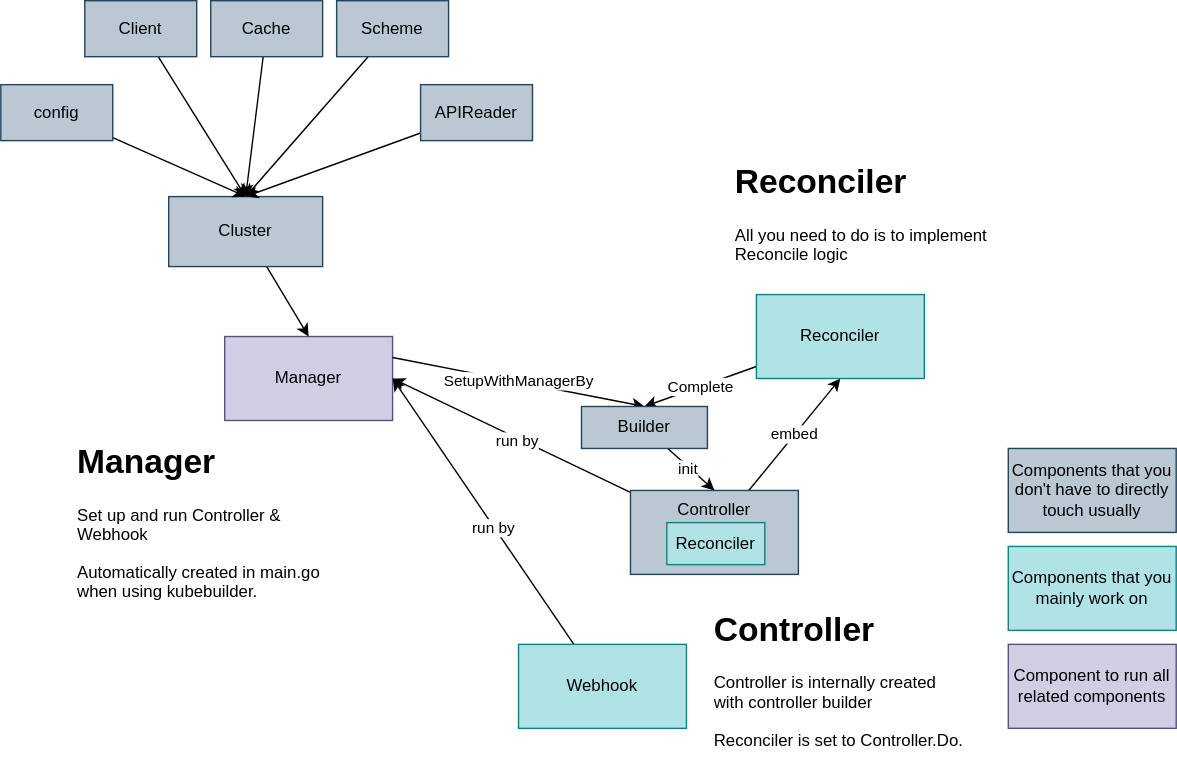
Earlier version of the draw.io export contents/kubernetes-operator/controller-runtime/diagram.drawio.svg (nakamasato/kubernetes-training). Source tidied: cells renumbered, new cells last; positions are measured from the earlier drawing's top-left corner, leaving out a move shared by most shapes.
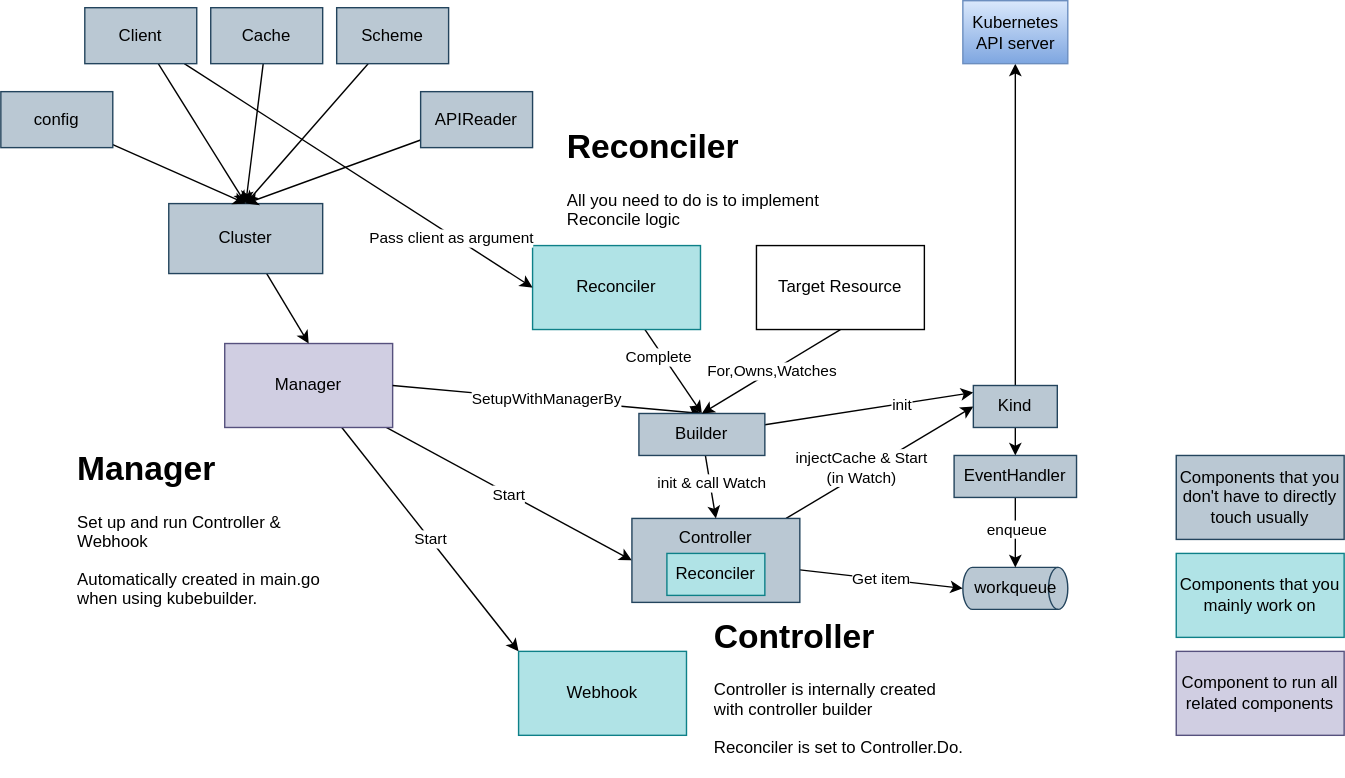
After the commit.

Commit message:
[controller-runtime] update manager and add client & cluster (#183)

Diff of the diagram source:
```diff
@@ -2,42 +2,45 @@
   <root>
     <mxCell id="0" />
     <mxCell id="1" parent="0" />
+    <mxCell id="35" value="Start" style="edgeStyle=none;html=1;entryX=0;entryY=0.5;entryDx=0;entryDy=0;" parent="1" edge="1" source="2" target="6">
+      <mxGeometry relative="1" as="geometry" />
+    </mxCell>
+    <mxCell id="36" value="Start" style="edgeStyle=none;html=1;entryX=0;entryY=0;entryDx=0;entryDy=0;" parent="1" edge="1" source="2" target="9">
+      <mxGeometry relative="1" as="geometry" />
+    </mxCell>
     <mxCell id="2" value="Manager" style="rounded=0;whiteSpace=wrap;html=1;fillColor=#d0cee2;strokeColor=#56517e;" parent="1" vertex="1">
       <mxGeometry x="160" y="240" width="120" height="60" as="geometry" />
     </mxCell>
-    <mxCell id="3" style="edgeStyle=none;html=1;entryX=1;entryY=0.5;entryDx=0;entryDy=0;" parent="1" edge="1" source="6" target="2">
-      <mxGeometry relative="1" as="geometry" />
-    </mxCell>
-    <mxCell id="4" value="run by" style="edgeLabel;html=1;align=center;verticalAlign=middle;" parent="3" vertex="1">
-      <mxGeometry x="-0.05" y="2" relative="1" as="geometry" />
-    </mxCell>
-    <mxCell id="5" value="embed" style="edgeStyle=none;html=1;entryX=0.5;entryY=1;entryDx=0;entryDy=0;" parent="1" edge="1" source="6" target="12">
-      <mxGeometry relative="1" as="geometry" />
-    </mxCell>
+    <mxCell id="37" value="injectCache &amp;amp; Start&lt;br&gt;(in Watch)" style="edgeStyle=none;html=1;entryX=0;entryY=0.5;entryDx=0;entryDy=0;" parent="1" edge="1" source="6" target="45">
+      <mxGeometry x="-0.16" y="3" relative="1" as="geometry" />
+    </mxCell>
+    <mxCell id="38" value="Get item" style="edgeStyle=none;html=1;entryX=0;entryY=0.5;entryDx=0;entryDy=0;entryPerimeter=0;" parent="1" edge="1" source="6" target="47">
+      <mxGeometry relative="1" as="geometry" />
+    </mxCell>
     <mxCell id="6" value="Controller" style="rounded=0;whiteSpace=wrap;html=1;fillColor=#bac8d3;strokeColor=#23445d;verticalAlign=top;" parent="1" vertex="1">
-      <mxGeometry x="450" y="350" width="120" height="60" as="geometry" />
+      <mxGeometry x="451" y="365" width="120" height="60" as="geometry" />
     </mxCell>
-    <mxCell id="7" style="edgeStyle=none;html=1;entryX=1;entryY=0.5;entryDx=0;entryDy=0;" parent="1" edge="1" source="9" target="2">
-      <mxGeometry relative="1" as="geometry" />
-    </mxCell>
-    <mxCell id="8" value="run by" style="edgeLabel;html=1;align=center;verticalAlign=middle;" parent="7" vertex="1">
-      <mxGeometry x="-0.11" y="1" relative="1" as="geometry" />
-    </mxCell>
     <mxCell id="9" value="Webhook" style="rounded=0;whiteSpace=wrap;html=1;fillColor=#b0e3e6;strokeColor=#0e8088;" parent="1" vertex="1">
       <mxGeometry x="370" y="460" width="120" height="60" as="geometry" />
     </mxCell>
-    <mxCell id="10" value="SetupWithManagerBy" style="edgeStyle=none;html=1;entryX=0.5;entryY=0;entryDx=0;entryDy=0;exitX=1;exitY=0.25;exitDx=0;exitDy=0;" parent="1" edge="1" source="2" target="28">
+    <mxCell id="10" value="SetupWithManagerBy" style="edgeStyle=none;html=1;entryX=0.5;entryY=0;entryDx=0;entryDy=0;exitX=1;exitY=0.5;exitDx=0;exitDy=0;" parent="1" edge="1" source="2" target="28">
       <mxGeometry relative="1" as="geometry" />
     </mxCell>
     <mxCell id="11" value="Complete" style="edgeStyle=none;html=1;entryX=0.5;entryY=0;entryDx=0;entryDy=0;" parent="1" edge="1" source="12" target="28">
-      <mxGeometry relative="1" as="geometry" />
+      <mxGeometry x="-0.39" y="-3" relative="1" as="geometry" />
     </mxCell>
     <mxCell id="12" value="Reconciler" style="rounded=0;whiteSpace=wrap;html=1;fillColor=#b0e3e6;strokeColor=#0e8088;" parent="1" vertex="1">
-      <mxGeometry x="540" y="210" width="120" height="60" as="geometry" />
+      <mxGeometry x="380" y="170" width="120" height="60" as="geometry" />
     </mxCell>
     <mxCell id="13" style="edgeStyle=none;html=1;entryX=0.5;entryY=0;entryDx=0;entryDy=0;" parent="1" edge="1" source="14" target="30">
       <mxGeometry relative="1" as="geometry" />
     </mxCell>
+    <mxCell id="39" style="edgeStyle=none;html=1;entryX=0;entryY=0.5;entryDx=0;entryDy=0;" parent="1" edge="1" source="14" target="12">
+      <mxGeometry relative="1" as="geometry" />
+    </mxCell>
+    <mxCell id="40" value="Pass client as argument" style="edgeLabel;html=1;align=center;verticalAlign=middle;" parent="39" vertex="1">
+      <mxGeometry x="0.53" y="-2" relative="1" as="geometry" />
+    </mxCell>
     <mxCell id="14" value="Client" style="rounded=0;whiteSpace=wrap;html=1;fillColor=#bac8d3;strokeColor=#23445d;" parent="1" vertex="1">
       <mxGeometry x="60" width="80" height="40" as="geometry" />
     </mxCell>
@@ -54,22 +57,22 @@
       <mxGeometry x="240" width="80" height="40" as="geometry" />
     </mxCell>
     <mxCell id="19" value="&lt;h1&gt;Reconciler&lt;/h1&gt;&lt;p&gt;All you need to do is to implement Reconcile logic&lt;/p&gt;" style="text;html=1;strokeColor=none;fillColor=none;spacing=5;spacingTop=-20;whiteSpace=wrap;overflow=hidden;rounded=0;" parent="1" vertex="1">
-      <mxGeometry x="520" y="110" width="190" height="120" as="geometry" />
+      <mxGeometry x="400" y="80" width="190" height="90" as="geometry" />
     </mxCell>
     <mxCell id="20" value="&lt;h1&gt;Manager&lt;/h1&gt;&lt;p&gt;Set up and run Controller &amp;amp; Webhook&lt;/p&gt;&lt;p&gt;Automatically created in main.go when using kubebuilder.&lt;/p&gt;" style="text;html=1;strokeColor=none;fillColor=none;spacing=5;spacingTop=-20;whiteSpace=wrap;overflow=hidden;rounded=0;" parent="1" vertex="1">
       <mxGeometry x="50" y="310" width="190" height="120" as="geometry" />
     </mxCell>
     <mxCell id="21" value="Reconciler" style="rounded=0;whiteSpace=wrap;html=1;fillColor=#b0e3e6;strokeColor=#0e8088;" parent="1" vertex="1">
-      <mxGeometry x="476" y="373" width="70" height="30" as="geometry" />
+      <mxGeometry x="476" y="390" width="70" height="30" as="geometry" />
     </mxCell>
     <mxCell id="22" value="Components that you mainly work on" style="rounded=0;whiteSpace=wrap;html=1;fillColor=#b0e3e6;strokeColor=#0e8088;" parent="1" vertex="1">
-      <mxGeometry x="720" y="390" width="120" height="60" as="geometry" />
+      <mxGeometry x="840" y="390" width="120" height="60" as="geometry" />
     </mxCell>
     <mxCell id="23" value="Components that you don't have to directly touch usually" style="rounded=0;whiteSpace=wrap;html=1;fillColor=#bac8d3;strokeColor=#23445d;" parent="1" vertex="1">
-      <mxGeometry x="720" y="320" width="120" height="60" as="geometry" />
+      <mxGeometry x="840" y="320" width="120" height="60" as="geometry" />
     </mxCell>
     <mxCell id="24" value="Component to run all related components" style="rounded=0;whiteSpace=wrap;html=1;fillColor=#d0cee2;strokeColor=#56517e;" parent="1" vertex="1">
-      <mxGeometry x="720" y="460" width="120" height="60" as="geometry" />
+      <mxGeometry x="840" y="460" width="120" height="60" as="geometry" />
     </mxCell>
     <mxCell id="25" value="&lt;h1&gt;Controller&lt;/h1&gt;&lt;p&gt;Controller is internally created with controller builder&lt;/p&gt;&lt;p&gt;Reconciler is set to Controller.Do.&lt;/p&gt;" style="text;html=1;strokeColor=none;fillColor=none;spacing=5;spacingTop=-20;whiteSpace=wrap;overflow=hidden;rounded=0;" parent="1" vertex="1">
       <mxGeometry x="505" y="430" width="190" height="120" as="geometry" />
@@ -77,11 +80,19 @@
     <mxCell id="26" style="edgeStyle=none;html=1;entryX=0.5;entryY=0;entryDx=0;entryDy=0;" parent="1" edge="1" source="28" target="6">
       <mxGeometry relative="1" as="geometry" />
     </mxCell>
-    <mxCell id="27" value="init" style="edgeLabel;html=1;align=center;verticalAlign=middle;" parent="26" vertex="1">
-      <mxGeometry x="-0.1" y="-1" relative="1" as="geometry" />
+    <mxCell id="27" value="init &amp;amp; call Watch" style="edgeLabel;html=1;align=center;verticalAlign=middle;" parent="26" vertex="1">
+      <mxGeometry x="-0.1" y="-1" relative="1" as="geometry">
+        <mxPoint x="2" as="offset" />
+      </mxGeometry>
     </mxCell>
+    <mxCell id="41" style="edgeStyle=none;html=1;entryX=0;entryY=0.167;entryDx=0;entryDy=0;entryPerimeter=0;" parent="1" edge="1" source="28" target="45">
+      <mxGeometry relative="1" as="geometry" />
+    </mxCell>
+    <mxCell id="42" value="init" style="edgeLabel;html=1;align=center;verticalAlign=middle;" parent="41" vertex="1">
+      <mxGeometry x="0.31" relative="1" as="geometry" />
+    </mxCell>
     <mxCell id="28" value="Builder" style="rounded=0;whiteSpace=wrap;html=1;fillColor=#bac8d3;strokeColor=#23445d;verticalAlign=middle;" parent="1" vertex="1">
-      <mxGeometry x="415" y="290" width="90" height="30" as="geometry" />
+      <mxGeometry x="456" y="290" width="90" height="30" as="geometry" />
     </mxCell>
     <mxCell id="29" style="edgeStyle=none;html=1;entryX=0.5;entryY=0;entryDx=0;entryDy=0;" parent="1" edge="1" source="30" target="2">
       <mxGeometry relative="1" as="geometry" />
@@ -101,5 +112,35 @@
     <mxCell id="34" value="APIReader" style="rounded=0;whiteSpace=wrap;html=1;fillColor=#bac8d3;strokeColor=#23445d;" parent="1" vertex="1">
       <mxGeometry x="300" y="60" width="80" height="40" as="geometry" />
     </mxCell>
+    <mxCell id="43" style="edgeStyle=none;html=1;entryX=0.5;entryY=0;entryDx=0;entryDy=0;" parent="1" edge="1" source="45" target="50">
+      <mxGeometry relative="1" as="geometry" />
+    </mxCell>
+    <mxCell id="44" style="edgeStyle=none;html=1;entryX=0.5;entryY=1;entryDx=0;entryDy=0;" parent="1" edge="1" source="45" target="46">
+      <mxGeometry relative="1" as="geometry" />
+    </mxCell>
+    <mxCell id="45" value="Kind" style="rounded=0;whiteSpace=wrap;html=1;fillColor=#bac8d3;strokeColor=#23445d;verticalAlign=middle;" parent="1" vertex="1">
+      <mxGeometry x="695" y="270" width="60" height="30" as="geometry" />
+    </mxCell>
+    <mxCell id="46" value="Kubernetes&lt;br&gt;API server" style="rounded=0;whiteSpace=wrap;html=1;fillColor=#dae8fc;strokeColor=#6c8ebf;verticalAlign=middle;gradientColor=#7ea6e0;" parent="1" vertex="1">
+      <mxGeometry x="687.5" y="-5" width="75" height="45" as="geometry" />
+    </mxCell>
+    <mxCell id="47" value="workqueue" style="strokeWidth=1;html=1;shape=mxgraph.flowchart.direct_data;whiteSpace=wrap;fillColor=#bac8d3;strokeColor=#23445d;" parent="1" vertex="1">
+      <mxGeometry x="687.5" y="400" width="75" height="30" as="geometry" />
+    </mxCell>
+    <mxCell id="48" style="edgeStyle=none;html=1;" parent="1" edge="1" source="50" target="47">
+      <mxGeometry relative="1" as="geometry" />
+    </mxCell>
+    <mxCell id="49" value="enqueue" style="edgeLabel;html=1;align=center;verticalAlign=middle;" parent="48" vertex="1">
+      <mxGeometry x="-0.09" relative="1" as="geometry" />
+    </mxCell>
+    <mxCell id="50" value="EventHandler" style="rounded=0;whiteSpace=wrap;html=1;fillColor=#bac8d3;strokeColor=#23445d;verticalAlign=middle;" parent="1" vertex="1">
+      <mxGeometry x="681.2" y="320" width="87.5" height="30" as="geometry" />
+    </mxCell>
+    <mxCell id="51" value="For,Owns,Watches" style="edgeStyle=none;html=1;entryX=0.5;entryY=0;entryDx=0;entryDy=0;exitX=0.5;exitY=1;exitDx=0;exitDy=0;" parent="1" edge="1" source="52" target="28">
+      <mxGeometry relative="1" as="geometry" />
+    </mxCell>
+    <mxCell id="52" value="Target Resource" style="rounded=0;whiteSpace=wrap;html=1;strokeWidth=1;" parent="1" vertex="1">
+      <mxGeometry x="540" y="170" width="120" height="60" as="geometry" />
+    </mxCell>
   </root>
 </mxGraphModel>
```
